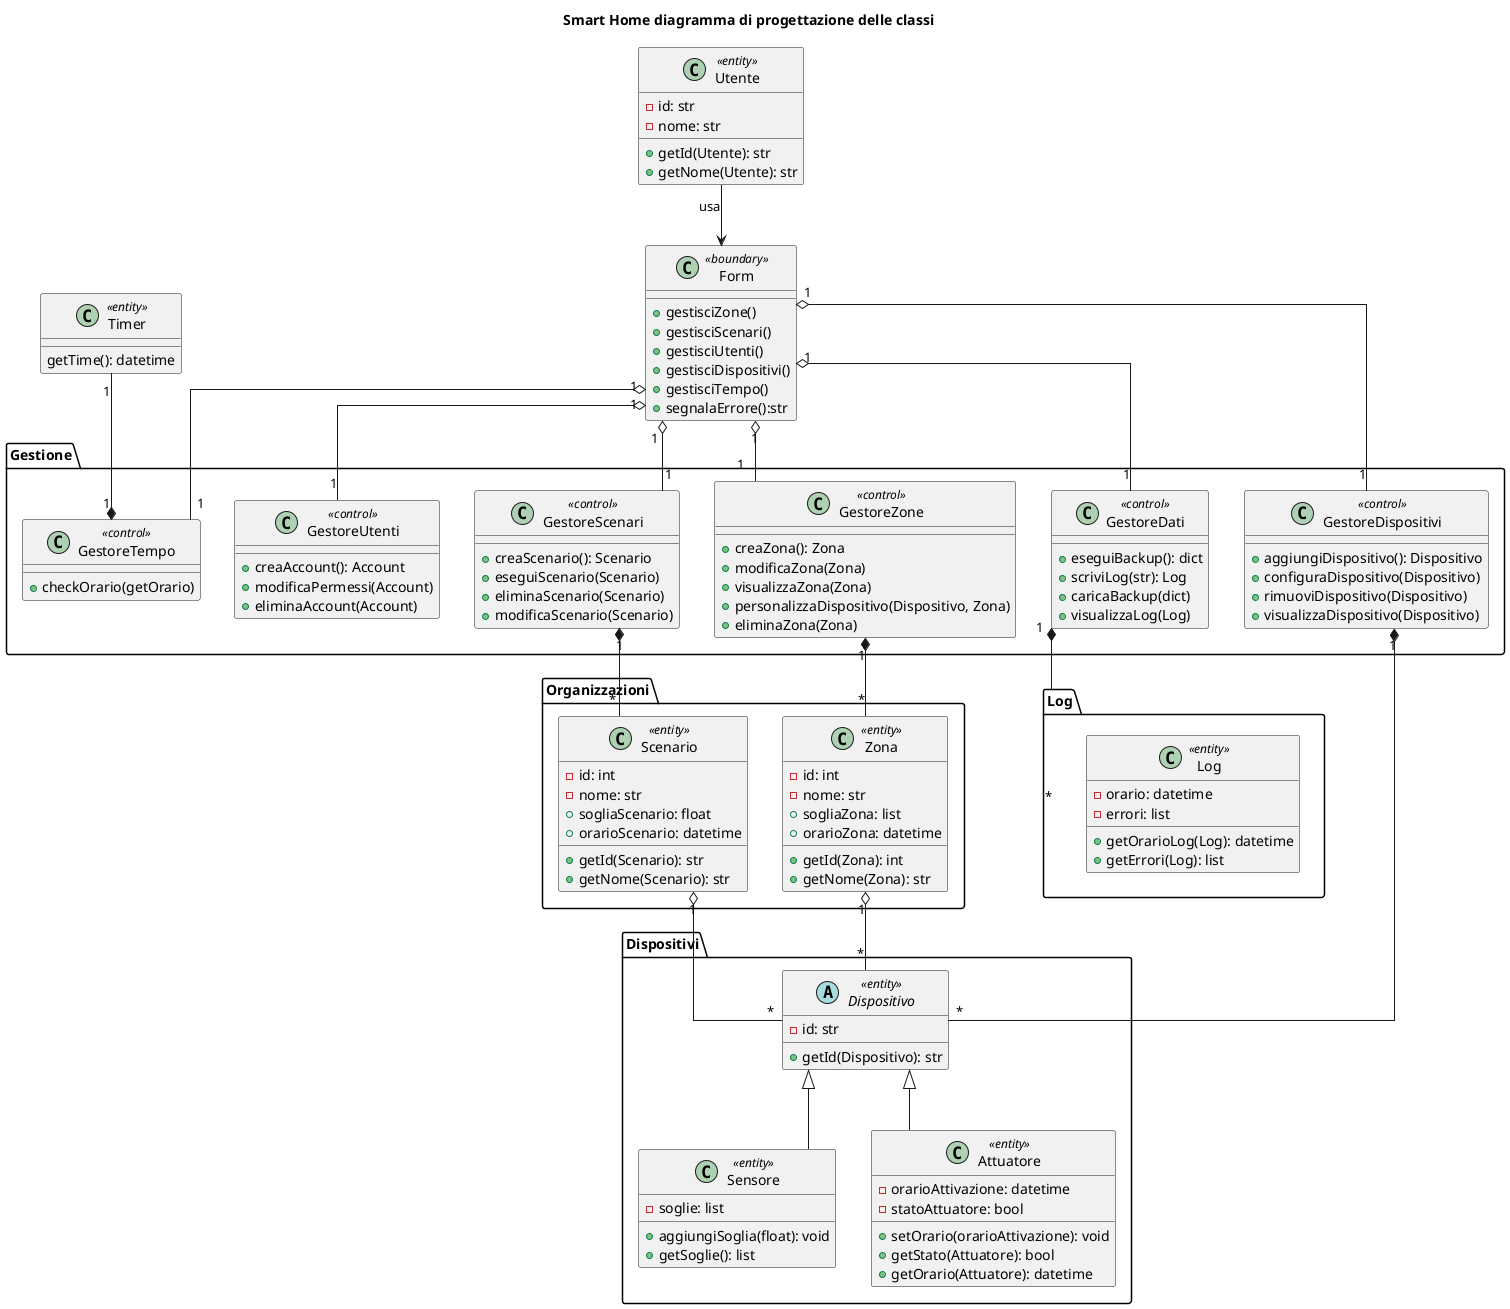
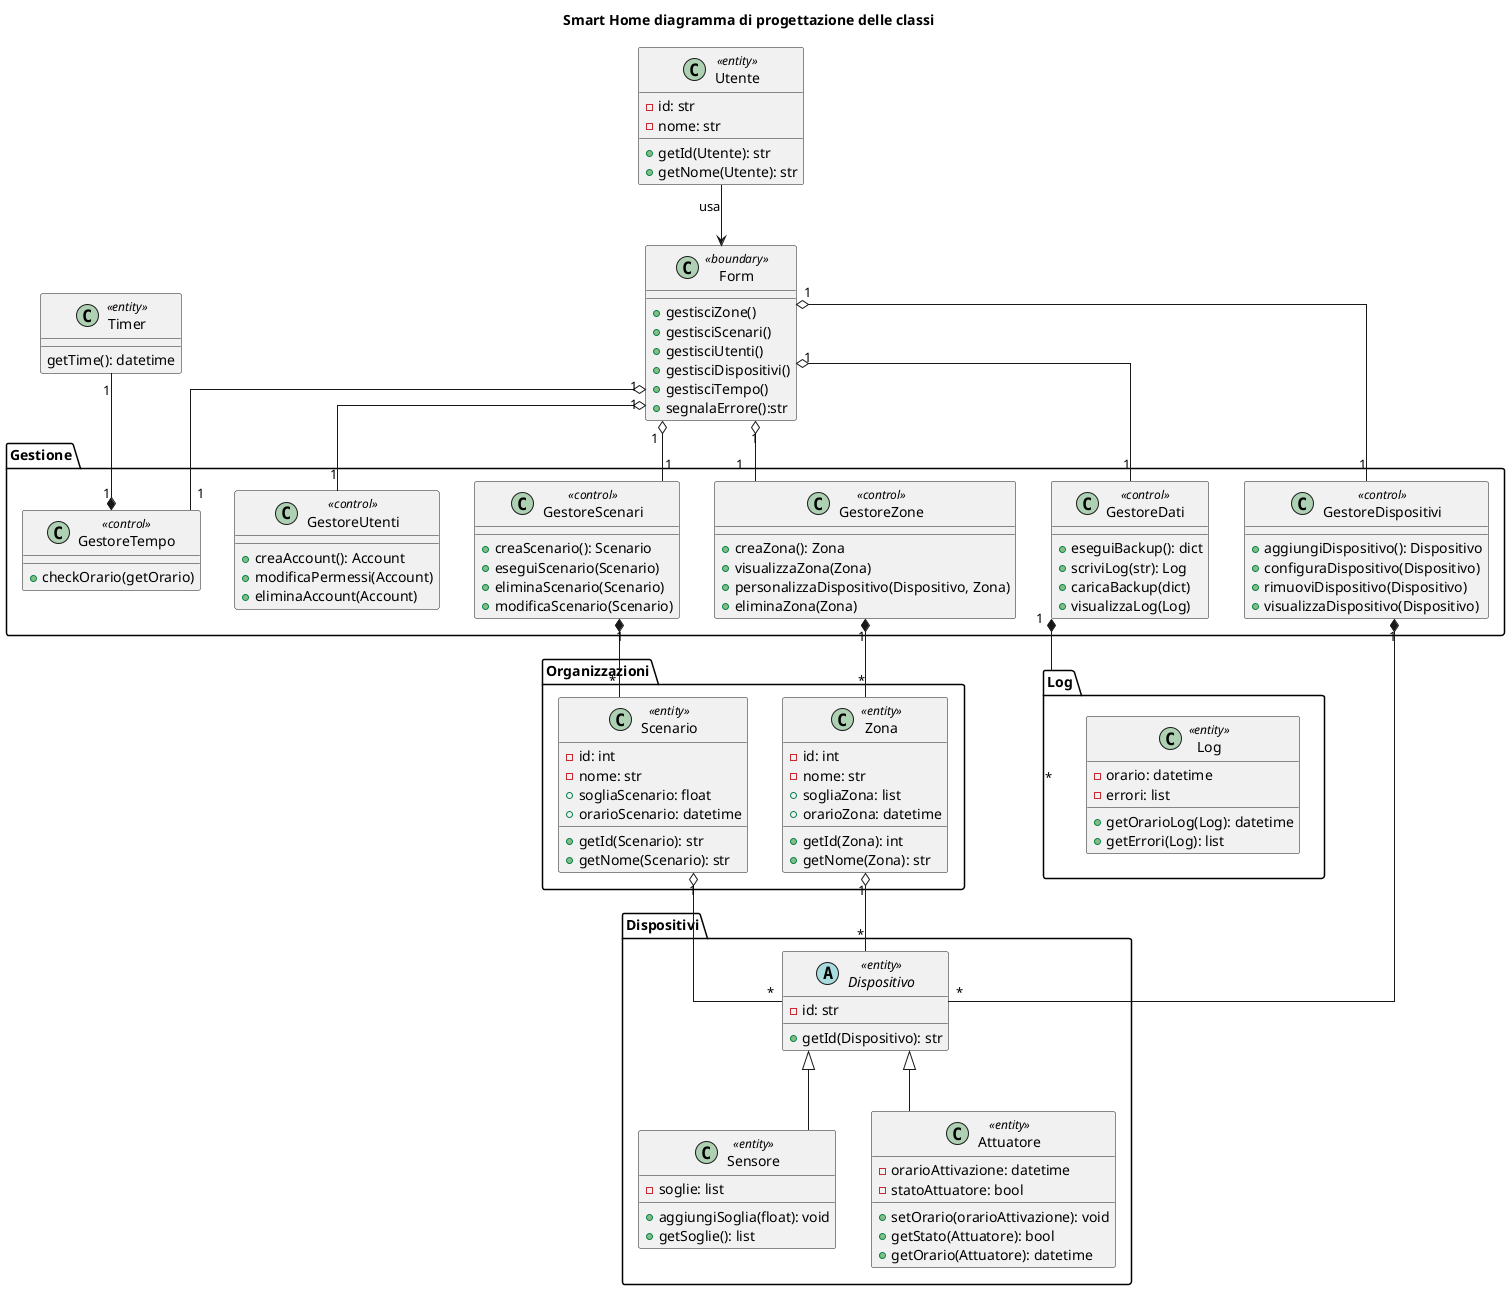
@startuml digrammacprogettazione
title Smart Home diagramma di progettazione delle classi
skinparam linetype ortho

package "Organizzazioni" {
    class Zona <<entity>> {
        - id: int
        - nome: str
        + sogliaZona: list
        + orarioZona: datetime
        + getId(Zona): int
        + getNome(Zona): str
    }
    class Scenario <<entity>> {
        - id: int
        - nome: str
        + sogliaScenario: float
        + orarioScenario: datetime
        + getId(Scenario): str
        + getNome(Scenario): str
    }
}

package "Log"{

    class Log <<entity>> {
        - orario: datetime
        - errori: list

        +getOrarioLog(Log): datetime
        + getErrori(Log): list
    }
}

package "Dispositivi" {
    abstract class Dispositivo <<entity>> {
        - id: str
        + getId(Dispositivo): str
    }
    class Sensore <<entity>> extends Dispositivo {
        - soglie: list
        + aggiungiSoglia(float): void
        + getSoglie(): list
    }
    class Attuatore <<entity>> extends Dispositivo {
        - orarioAttivazione: datetime
        - statoAttuatore: bool
        + setOrario(orarioAttivazione): void
        + getStato(Attuatore): bool
        + getOrario(Attuatore): datetime
    }

}

package "Gestione" {
    class GestoreZone <<control>> {
        + creaZona(): Zona
-         + modificaZona(Zona)
        + visualizzaZona(Zona)
        + personalizzaDispositivo(Dispositivo, Zona)
        + eliminaZona(Zona)
    }
    class GestoreScenari <<control>>  {
        + creaScenario(): Scenario
        + eseguiScenario(Scenario)
        + eliminaScenario(Scenario)
        + modificaScenario(Scenario)
    }
    class GestoreDati <<control>>  {
        + eseguiBackup(): dict
        + scriviLog(str): Log
        + caricaBackup(dict)
        + visualizzaLog(Log)
    }
    class GestoreUtenti <<control>> {
        + creaAccount(): Account
        + modificaPermessi(Account)
        + eliminaAccount(Account)
    }
    class GestoreDispositivi <<control>>  {
        + aggiungiDispositivo(): Dispositivo
        + configuraDispositivo(Dispositivo)
        + rimuoviDispositivo(Dispositivo)
        + visualizzaDispositivo(Dispositivo)
    }
    class GestoreTempo <<control>>{
        + checkOrario(getOrario)
    }
}

class Timer <<entity>>{
    getTime(): datetime
}

    class Utente <<entity>> {
    -id: str
    -nome: str
    + getId(Utente): str
    + getNome(Utente): str
    }



class Form <<boundary>> {
    + gestisciZone()
    + gestisciScenari()
    + gestisciUtenti()
    + gestisciDispositivi()
    + gestisciTempo()
    + segnalaErrore():str
}



Utente --> Form : usa

Form "1" o-down- "1" GestoreZone
Form "1" o-down- "1" GestoreScenari
Form "1" o-down- "1" GestoreUtenti
Form "1" o-down- "1" GestoreDispositivi
Form "1" o-down- "1" GestoreDati

GestoreZone "1" *-- "*" Zona
GestoreScenari "1" *-- "*" Scenario
GestoreDispositivi "1" *-- "*" Dispositivo
GestoreDati "1" *-- "*" Log

Zona "1" o-- "*" Dispositivo
Scenario "1" o-- "*" Dispositivo

Timer "1" --* "1" GestoreTempo
Form "1" o-- "1" GestoreTempo


@enduml